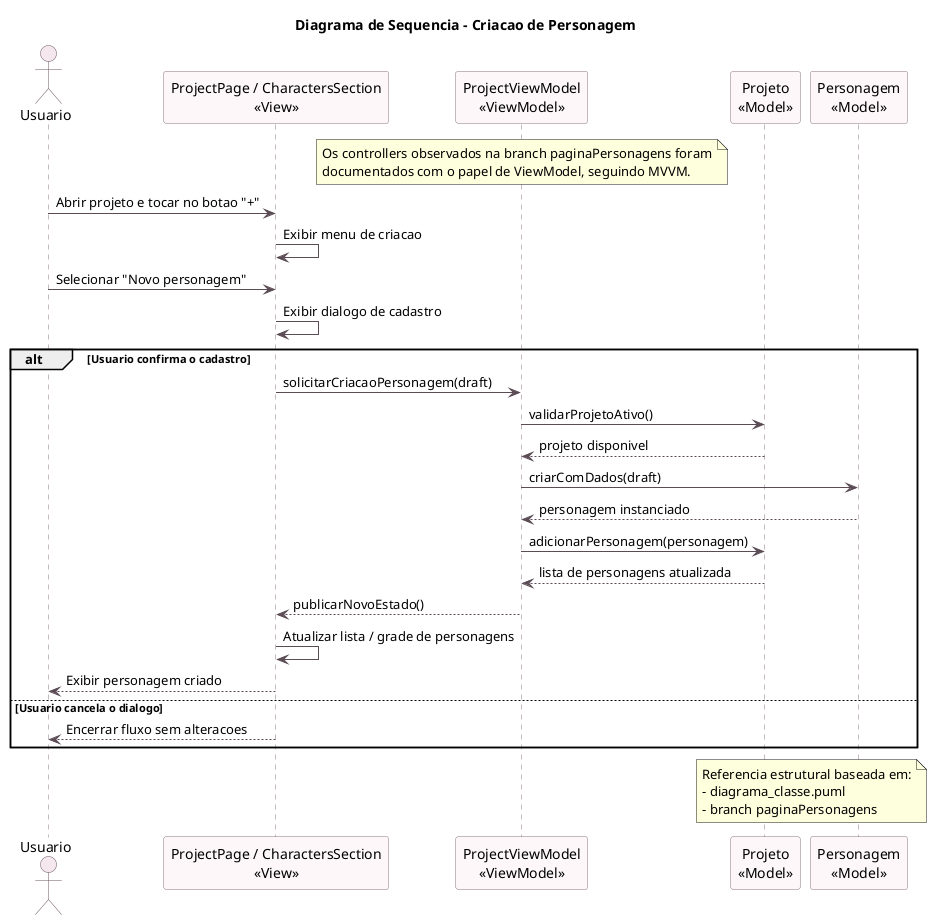
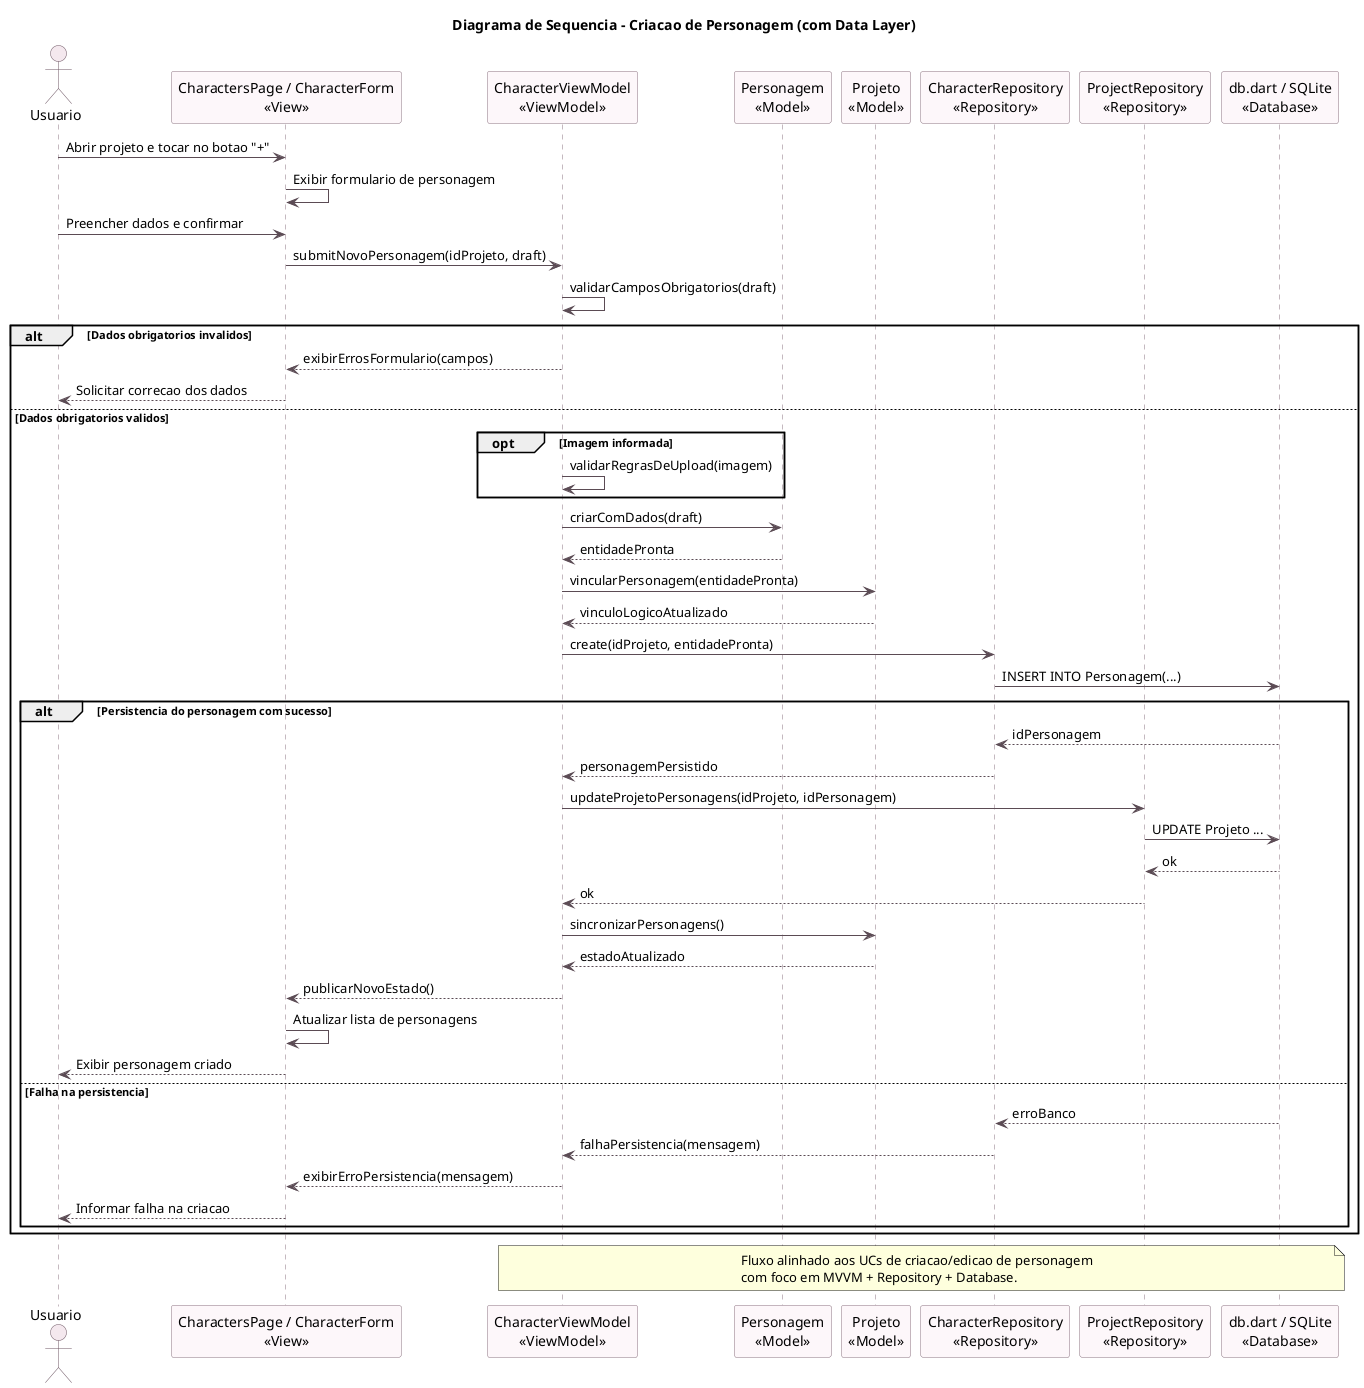
@startuml Diagrama de Sequencia - Criacao de Personagem

- title Diagrama de Sequencia - Criacao de Personagem
+ title Diagrama de Sequencia - Criacao de Personagem (com Data Layer)

skinparam backgroundColor white
skinparam sequence {
    ArrowColor #5B4B54
    LifeLineBorderColor #8B7380
    LifeLineBackgroundColor #F8F2F5
    ParticipantBorderColor #8B7380
    ParticipantBackgroundColor #FDF7FA
    ActorBorderColor #6C5562
    ActorBackgroundColor #F4E8EE
}

actor "Usuario" as Usuario

- participant "ProjectPage / CharactersSection\n<<View>>" as CharacterView
- participant "ProjectViewModel\n<<ViewModel>>" as ProjectVM
+ participant "CharactersPage / CharacterForm\n<<View>>" as CharacterView
+ participant "CharacterViewModel\n<<ViewModel>>" as CharacterVM
+ participant "Personagem\n<<Model>>" as Personagem
participant "Projeto\n<<Model>>" as Projeto
- participant "Personagem\n<<Model>>" as Personagem
- 
- note over ProjectVM
- Os controllers observados na branch paginaPersonagens foram
- documentados com o papel de ViewModel, seguindo MVVM.
- end note
+ participant "CharacterRepository\n<<Repository>>" as CharacterRepository
+ participant "ProjectRepository\n<<Repository>>" as ProjectRepository
+ participant "db.dart / SQLite\n<<Database>>" as SQLiteDB

Usuario -> CharacterView: Abrir projeto e tocar no botao "+"
- CharacterView -> CharacterView: Exibir menu de criacao
- Usuario -> CharacterView: Selecionar "Novo personagem"
- CharacterView -> CharacterView: Exibir dialogo de cadastro
+ CharacterView -> CharacterView: Exibir formulario de personagem
+ Usuario -> CharacterView: Preencher dados e confirmar

- alt Usuario confirma o cadastro
-     CharacterView -> ProjectVM: solicitarCriacaoPersonagem(draft)
-     ProjectVM -> Projeto: validarProjetoAtivo()
-     Projeto --> ProjectVM: projeto disponivel
+ CharacterView -> CharacterVM: submitNovoPersonagem(idProjeto, draft)
+ CharacterVM -> CharacterVM: validarCamposObrigatorios(draft)

-     ProjectVM -> Personagem: criarComDados(draft)
-     Personagem --> ProjectVM: personagem instanciado
+ alt Dados obrigatorios invalidos
+     CharacterVM --> CharacterView: exibirErrosFormulario(campos)
+     CharacterView --> Usuario: Solicitar correcao dos dados
+ else Dados obrigatorios validos
+     opt Imagem informada
+         CharacterVM -> CharacterVM: validarRegrasDeUpload(imagem)
+     end

-     ProjectVM -> Projeto: adicionarPersonagem(personagem)
-     Projeto --> ProjectVM: lista de personagens atualizada
+     CharacterVM -> Personagem: criarComDados(draft)
+     Personagem --> CharacterVM: entidadePronta

-     ProjectVM --> CharacterView: publicarNovoEstado()
-     CharacterView -> CharacterView: Atualizar lista / grade de personagens
-     CharacterView --> Usuario: Exibir personagem criado
- else Usuario cancela o dialogo
-     CharacterView --> Usuario: Encerrar fluxo sem alteracoes
+     CharacterVM -> Projeto: vincularPersonagem(entidadePronta)
+     Projeto --> CharacterVM: vinculoLogicoAtualizado
+ 
+     CharacterVM -> CharacterRepository: create(idProjeto, entidadePronta)
+     CharacterRepository -> SQLiteDB: INSERT INTO Personagem(...)
+ 
+     alt Persistencia do personagem com sucesso
+         SQLiteDB --> CharacterRepository: idPersonagem
+         CharacterRepository --> CharacterVM: personagemPersistido
+ 
+         CharacterVM -> ProjectRepository: updateProjetoPersonagens(idProjeto, idPersonagem)
+         ProjectRepository -> SQLiteDB: UPDATE Projeto ...
+         SQLiteDB --> ProjectRepository: ok
+         ProjectRepository --> CharacterVM: ok
+ 
+         CharacterVM -> Projeto: sincronizarPersonagens()
+         Projeto --> CharacterVM: estadoAtualizado
+         CharacterVM --> CharacterView: publicarNovoEstado()
+         CharacterView -> CharacterView: Atualizar lista de personagens
+         CharacterView --> Usuario: Exibir personagem criado
+     else Falha na persistencia
+         SQLiteDB --> CharacterRepository: erroBanco
+         CharacterRepository --> CharacterVM: falhaPersistencia(mensagem)
+         CharacterVM --> CharacterView: exibirErroPersistencia(mensagem)
+         CharacterView --> Usuario: Informar falha na criacao
+     end
end

- note over Projeto,Personagem
- Referencia estrutural baseada em:
- - diagrama_classe.puml
- - branch paginaPersonagens
+ note over CharacterVM,SQLiteDB
+ Fluxo alinhado aos UCs de criacao/edicao de personagem
+ com foco em MVVM + Repository + Database.
end note

@enduml
